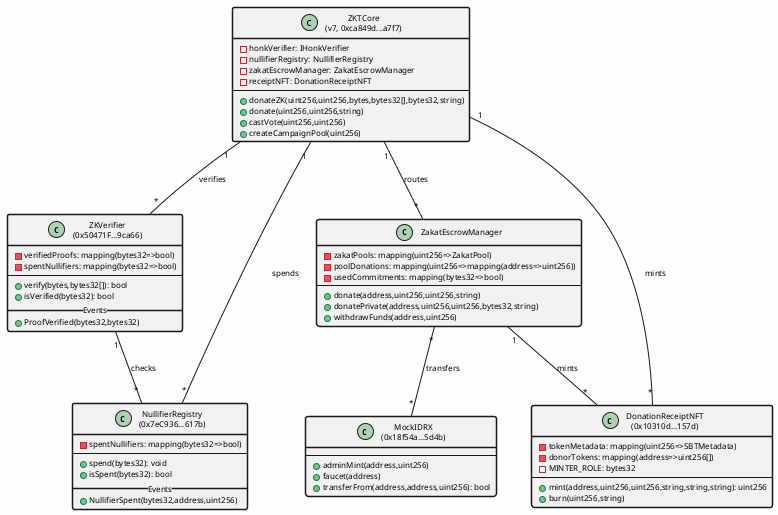
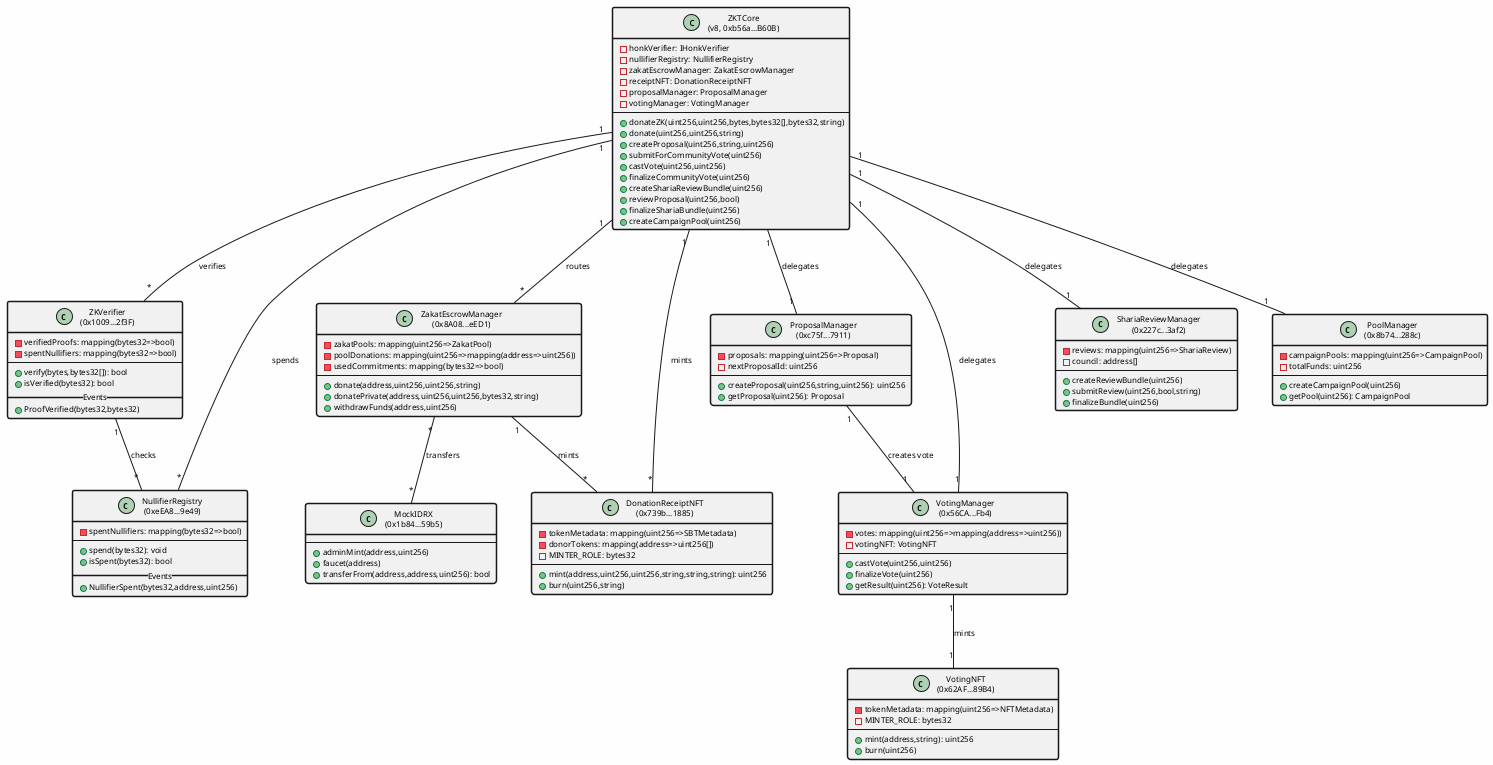
@startuml
skinparam backgroundColor #FEFEFE
skinparam shadowing false
skinparam defaultFontName Times-Roman
skinparam defaultFontSize 8
skinparam classBorderThickness 1.5


- class "ZKTCore\n(v7, 0xca849d...a7f7)" as ZKTCore {
+ class "ZKTCore\n(v8, 0xb56a...B60B)" as ZKTCore {
  - honkVerifier: IHonkVerifier
  - nullifierRegistry: NullifierRegistry
  - zakatEscrowManager: ZakatEscrowManager
  - receiptNFT: DonationReceiptNFT
+   - proposalManager: ProposalManager
+   - votingManager: VotingManager
  --
  + donateZK(uint256,uint256,bytes,bytes32[],bytes32,string)
  + donate(uint256,uint256,string)
+   + createProposal(uint256,string,uint256)
+   + submitForCommunityVote(uint256)
  + castVote(uint256,uint256)
+   + finalizeCommunityVote(uint256)
+   + createShariaReviewBundle(uint256)
+   + reviewProposal(uint256,bool)
+   + finalizeShariaBundle(uint256)
  + createCampaignPool(uint256)
}

- class "ZKVerifier\n(0x50471F...9ca66)" as ZKVerifier {
+ class "ZKVerifier\n(0x1009...2f3F)" as ZKVerifier {
  - verifiedProofs: mapping(bytes32=>bool)
  - spentNullifiers: mapping(bytes32=>bool)
  --
  + verify(bytes,bytes32[]): bool
  + isVerified(bytes32): bool
  __Events__
  + ProofVerified(bytes32,bytes32)
}

- class "NullifierRegistry\n(0x7eC936...617b)" as NullifierRegistry {
+ class "NullifierRegistry\n(0xeEA8...9e49)" as NullifierRegistry {
  - spentNullifiers: mapping(bytes32=>bool)
  --
  + spend(bytes32): void
  + isSpent(bytes32): bool
  __Events__
  + NullifierSpent(bytes32,address,uint256)
}

- class ZakatEscrowManager {
+ class "ZakatEscrowManager\n(0x8A08...eED1)" as ZakatEscrowManager {
  - zakatPools: mapping(uint256=>ZakatPool)
  - poolDonations: mapping(uint256=>mapping(address=>uint256))
  - usedCommitments: mapping(bytes32=>bool)
  --
  + donate(address,uint256,uint256,string)
  + donatePrivate(address,uint256,uint256,bytes32,string)
  + withdrawFunds(address,uint256)
}

- class "DonationReceiptNFT\n(0x10310d...157d)" as DonationReceiptNFT {
+ class "DonationReceiptNFT\n(0x739b...1885)" as DonationReceiptNFT {
  - tokenMetadata: mapping(uint256=>SBTMetadata)
  - donorTokens: mapping(address=>uint256[])
  - MINTER_ROLE: bytes32
  --
  + mint(address,uint256,uint256,string,string,string): uint256
  + burn(uint256,string)
}

- class "MockIDRX\n(0x18f54a...5d4b)" as MockIDRX {
+ class "MockIDRX\n(0x1b84...59b5)" as MockIDRX {
  --
  + adminMint(address,uint256)
  + faucet(address)
  + transferFrom(address,address,uint256): bool
}

+ class "ProposalManager\n(0xc75f...7911)" as ProposalManager {
+   - proposals: mapping(uint256=>Proposal)
+   - nextProposalId: uint256
+   --
+   + createProposal(uint256,string,uint256): uint256
+   + getProposal(uint256): Proposal
+ }
+ 
+ class "VotingManager\n(0x56CA...Fb4)" as VotingManager {
+   - votes: mapping(uint256=>mapping(address=>uint256))
+   - votingNFT: VotingNFT
+   --
+   + castVote(uint256,uint256)
+   + finalizeVote(uint256)
+   + getResult(uint256): VoteResult
+ }
+ 
+ class "ShariaReviewManager\n(0x227c...3af2)" as ShariaReviewManager {
+   - reviews: mapping(uint256=>ShariaReview)
+   - council: address[]
+   --
+   + createReviewBundle(uint256)
+   + submitReview(uint256,bool,string)
+   + finalizeBundle(uint256)
+ }
+ 
+ class "PoolManager\n(0x8b74...288c)" as PoolManager {
+   - campaignPools: mapping(uint256=>CampaignPool)
+   - totalFunds: uint256
+   --
+   + createCampaignPool(uint256)
+   + getPool(uint256): CampaignPool
+ }
+ 
+ class "VotingNFT\n(0x62AF...89B4)" as VotingNFT {
+   - tokenMetadata: mapping(uint256=>NFTMetadata)
+   - MINTER_ROLE: bytes32
+   --
+   + mint(address,string): uint256
+   + burn(uint256)
+ }
+ 
ZKTCore "1" -- "*" ZKVerifier : verifies
ZKTCore "1" -- "*" NullifierRegistry : spends
ZKTCore "1" -- "*" ZakatEscrowManager : routes
ZKTCore "1" -- "*" DonationReceiptNFT : mints
+ ZKTCore "1" -- "1" ProposalManager : delegates
+ ZKTCore "1" -- "1" VotingManager : delegates
+ ZKTCore "1" -- "1" ShariaReviewManager : delegates
+ ZKTCore "1" -- "1" PoolManager : delegates
ZakatEscrowManager "*" -- "*" MockIDRX : transfers
ZakatEscrowManager "1" -- "*" DonationReceiptNFT : mints
ZKVerifier "1" -- "*" NullifierRegistry : checks
+ VotingManager "1" -- "1" VotingNFT : mints
+ ProposalManager "1" -- "1" VotingManager : creates vote

@enduml
